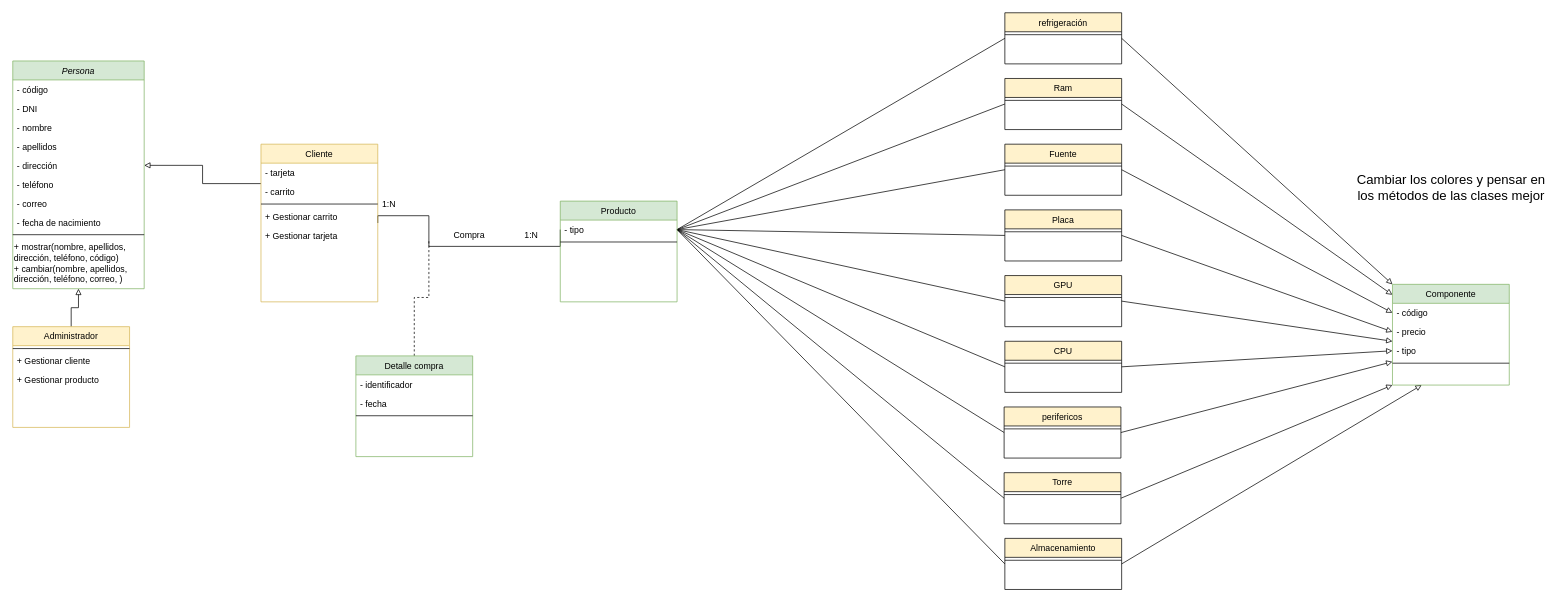
This is img/Diagrama sin título.drawio from Aeyoz/proyecto-ets, a draw.io file, before an edit. Source tidied: cells renumbered, new cells numbered last; positions are measured from the earlier drawing's top-left corner, leaving out a move shared by most shapes. Both pictures are drawn from the tidied source at 73%, with x=0, y=0 at pixel (12, 12).
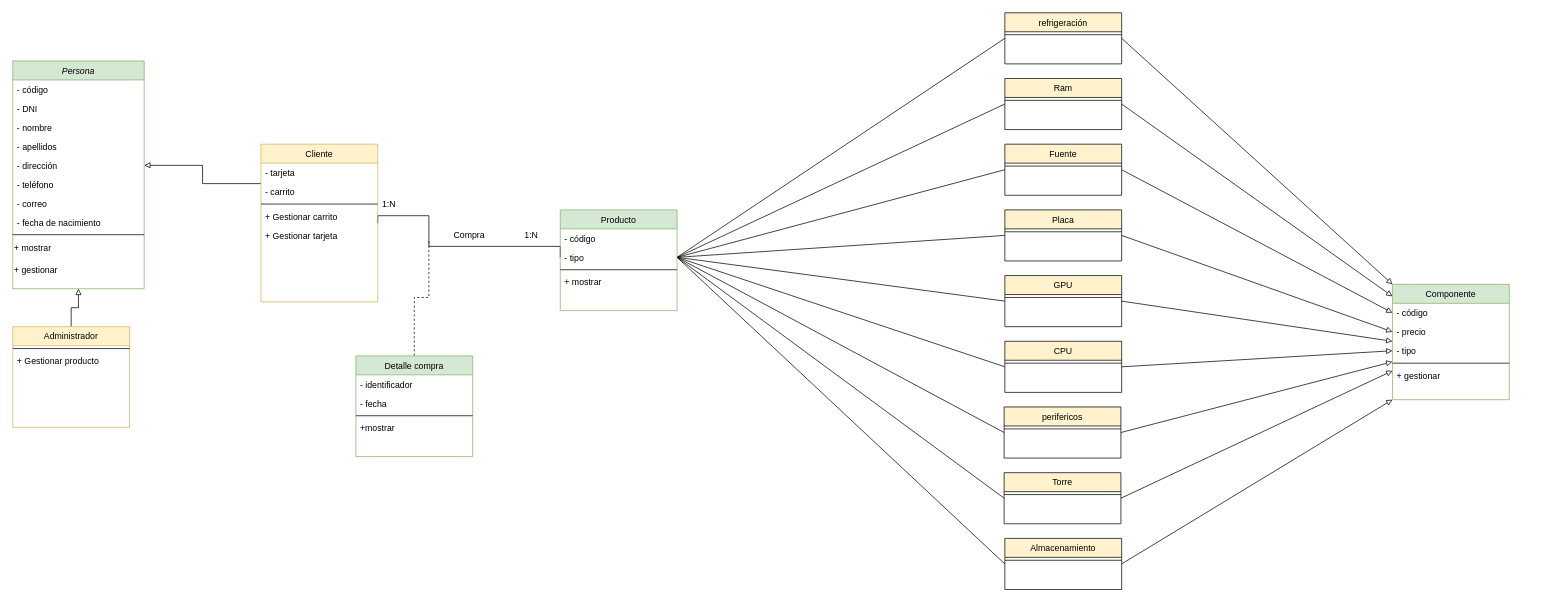
The same page after the edit.

Unchanged cells that the change refers to:
```xml
<mxCell id="2" value="Persona" style="swimlane;fontStyle=2;align=center;verticalAlign=top;horizontal=1;startSize=26;rounded=0;shadow=0;strokeWidth=1;fillColor=#d5e8d4;strokeColor=#82b366;" parent="1" vertex="1">
  <mxGeometry y="66" width="180" height="312" as="geometry" />
</mxCell>
<mxCell id="14" value="Administrador" style="swimlane;fontStyle=0;align=center;verticalAlign=top;horizontal=1;startSize=26;rounded=0;shadow=0;strokeWidth=1;fillColor=#fff2cc;strokeColor=#d6b656;" parent="1" vertex="1">
  <mxGeometry y="430" width="160" height="138" as="geometry" />
</mxCell>
<mxCell id="52" value="Almacenamiento" style="swimlane;fontStyle=0;align=center;verticalAlign=top;horizontal=1;startSize=26;rounded=0;shadow=0;strokeWidth=1;fillColor=#fff2cc;strokeColor=#000000;" parent="1" vertex="1">
  <mxGeometry x="1359" y="720" width="160" height="70" as="geometry" />
</mxCell>
<mxCell id="65" value="Torre" style="swimlane;fontStyle=0;align=center;verticalAlign=top;horizontal=1;startSize=26;rounded=0;shadow=0;strokeWidth=1;fillColor=#fff2cc;strokeColor=#000000;" parent="1" vertex="1">
  <mxGeometry x="1358" y="630" width="160" height="70" as="geometry" />
</mxCell>
<mxCell id="71" value="Detalle compra" style="swimlane;fontStyle=0;align=center;verticalAlign=top;horizontal=1;startSize=26;rounded=0;shadow=0;strokeWidth=1;fillColor=#d5e8d4;strokeColor=#82b366;" parent="1" vertex="1">
  <mxGeometry x="470" y="470" width="160" height="138" as="geometry" />
</mxCell>
```

What changed in the source:
```diff
@@
+    <mxCell id="79" value="+ mostrar" style="text;html=1;align=left;verticalAlign=middle;strokeColor=none;fillColor=none;" parent="2" vertex="1">
+      <mxGeometry y="242" width="180" height="30" as="geometry" />
+    </mxCell>
-    <mxCell id="12" value="+ mostrar(nombre, apellidos,&lt;br&gt;dirección, teléfono, código)&lt;br&gt;+ cambiar(nombre, apellidos, &lt;br&gt;dirección, teléfono, correo, )" style="text;html=1;align=left;verticalAlign=middle;strokeColor=none;fillColor=none;" parent="2" vertex="1">
-      <mxGeometry y="242" width="180" height="70" as="geometry" />
+    <mxCell id="12" value="+ gestionar" style="text;html=1;align=left;verticalAlign=middle;strokeColor=none;fillColor=none;" parent="2" vertex="1">
+      <mxGeometry y="272" width="180" height="30" as="geometry" />
     </mxCell>
@@
-    <mxCell id="16" value="+ Gestionar cliente" style="text;align=left;verticalAlign=top;spacingLeft=4;spacingRight=4;overflow=hidden;" parent="14" vertex="1">
-      <mxGeometry y="34" width="160" height="26" as="geometry" />
-    </mxCell>
     <mxCell id="17" value="+ Gestionar producto" style="text;align=left;verticalAlign=top;spacingLeft=4;spacingRight=4;overflow=hidden;" parent="14" vertex="1">
-      <mxGeometry y="60" width="160" height="26" as="geometry" />
+      <mxGeometry y="34" width="160" height="26" as="geometry" />
     </mxCell>
@@
-    <mxCell id="50" style="edgeStyle=none;rounded=0;jettySize=auto;html=1;exitX=1;exitY=0.5;exitDx=0;exitDy=0;entryX=0.25;entryY=1;entryDx=0;entryDy=0;endArrow=block;endFill=0;" parent="1" edge="1" source="52" target="54">
+    <mxCell id="50" style="edgeStyle=none;rounded=0;jettySize=auto;html=1;exitX=1;exitY=0.5;exitDx=0;exitDy=0;entryX=0;entryY=1;entryDx=0;entryDy=0;endArrow=block;endFill=0;" parent="1" edge="1" source="52" target="54">
       <mxGeometry relative="1" as="geometry" />
     </mxCell>
@@
     <mxCell id="54" value="Componente" style="swimlane;fontStyle=0;align=center;verticalAlign=top;horizontal=1;startSize=26;rounded=0;shadow=0;strokeWidth=1;fillColor=#d5e8d4;strokeColor=#82b366;" parent="1" vertex="1">
-      <mxGeometry x="1890" y="372" width="160" height="138" as="geometry" />
+      <mxGeometry x="1890" y="372" width="160" height="158" as="geometry" />
     </mxCell>
@@
+    <mxCell id="80" value="+ gestionar" style="text;align=left;verticalAlign=top;spacingLeft=4;spacingRight=4;overflow=hidden;" parent="54" vertex="1">
+      <mxGeometry y="112" width="160" height="26" as="geometry" />
+    </mxCell>
@@
-    <mxCell id="63" style="edgeStyle=none;rounded=0;jettySize=auto;html=1;exitX=1;exitY=0.5;exitDx=0;exitDy=0;entryX=0;entryY=1;entryDx=0;entryDy=0;endArrow=block;endFill=0;" parent="1" edge="1" source="65" target="54">
+    <mxCell id="63" style="edgeStyle=none;rounded=0;jettySize=auto;html=1;exitX=1;exitY=0.5;exitDx=0;exitDy=0;entryX=0;entryY=0.75;entryDx=0;entryDy=0;endArrow=block;endFill=0;" parent="1" edge="1" source="65" target="54">
       <mxGeometry relative="1" as="geometry" />
     </mxCell>
@@
+    <mxCell id="81" value="- identificador" style="text;align=left;verticalAlign=top;spacingLeft=4;spacingRight=4;overflow=hidden;" parent="71" vertex="1">
+      <mxGeometry y="26" width="160" height="26" as="geometry" />
+    </mxCell>
-    <mxCell id="72" value="- identificador" style="text;align=left;verticalAlign=top;spacingLeft=4;spacingRight=4;overflow=hidden;" parent="71" vertex="1">
-      <mxGeometry y="26" width="160" height="26" as="geometry" />
+    <mxCell id="72" value="- fecha" style="text;align=left;verticalAlign=top;spacingLeft=4;spacingRight=4;overflow=hidden;" parent="71" vertex="1">
+      <mxGeometry y="52" width="160" height="26" as="geometry" />
     </mxCell>
+    <mxCell id="74" style="line;html=1;strokeWidth=1;align=left;verticalAlign=middle;spacingTop=-1;spacingLeft=3;spacingRight=3;labelPosition=right;" parent="71" vertex="1">
+      <mxGeometry y="78" width="160" height="8" as="geometry" />
+    </mxCell>
+    <mxCell id="82" value="+mostrar" style="text;align=left;verticalAlign=top;spacingLeft=4;spacingRight=4;overflow=hidden;" parent="71" vertex="1">
+      <mxGeometry y="86" width="160" height="26" as="geometry" />
+    </mxCell>
+    <mxCell id="75" value="Producto" style="swimlane;fontStyle=0;align=center;verticalAlign=top;horizontal=1;startSize=26;rounded=0;shadow=0;strokeWidth=1;fillColor=#d5e8d4;strokeColor=#82b366;" parent="1" vertex="1">
+      <mxGeometry x="750" y="270" width="160" height="138" as="geometry" />
+    </mxCell>
-    <mxCell id="73" value="- fecha" style="text;align=left;verticalAlign=top;spacingLeft=4;spacingRight=4;overflow=hidden;" parent="71" vertex="1">
-      <mxGeometry y="52" width="160" height="26" as="geometry" />
+    <mxCell id="73" value="- código" style="text;align=left;verticalAlign=top;spacingLeft=4;spacingRight=4;overflow=hidden;" parent="75" vertex="1">
+      <mxGeometry y="26" width="160" height="26" as="geometry" />
     </mxCell>
-    <mxCell id="74" style="line;html=1;strokeWidth=1;align=left;verticalAlign=middle;spacingTop=-1;spacingLeft=3;spacingRight=3;labelPosition=right;" parent="71" vertex="1">
-      <mxGeometry y="78" width="160" height="8" as="geometry" />
-    </mxCell>
-    <mxCell id="75" value="Producto" style="swimlane;fontStyle=0;align=center;verticalAlign=top;horizontal=1;startSize=26;rounded=0;shadow=0;strokeWidth=1;fillColor=#d5e8d4;strokeColor=#82b366;" parent="1" vertex="1">
-      <mxGeometry x="750" y="258" width="160" height="138" as="geometry" />
-    </mxCell>
     <mxCell id="76" value="- tipo" style="text;align=left;verticalAlign=top;spacingLeft=4;spacingRight=4;overflow=hidden;points=[[0,0.5],[1,0.5]];portConstraint=eastwest;" parent="75" vertex="1">
-      <mxGeometry y="26" width="160" height="26" as="geometry" />
+      <mxGeometry y="52" width="160" height="26" as="geometry" />
     </mxCell>
     <mxCell id="77" style="line;html=1;strokeWidth=1;align=left;verticalAlign=middle;spacingTop=-1;spacingLeft=3;spacingRight=3;labelPosition=right;" parent="75" vertex="1">
-      <mxGeometry y="52" width="160" height="8" as="geometry" />
+      <mxGeometry y="78" width="160" height="8" as="geometry" />
     </mxCell>
-    <mxCell id="78" value="Cambiar los colores y pensar en &lt;br style=&quot;font-size: 18px;&quot;&gt;los métodos de las clases mejor" style="text;html=1;align=center;verticalAlign=middle;strokeColor=none;fillColor=none;fontSize=18;" parent="1" vertex="1">
-      <mxGeometry x="1830" y="210" width="280" height="60" as="geometry" />
-    </mxCell>
+    <mxCell id="83" value="+ mostrar" style="text;align=left;verticalAlign=top;spacingLeft=4;spacingRight=4;overflow=hidden;" parent="75" vertex="1">
+      <mxGeometry y="86" width="160" height="26" as="geometry" />
+    </mxCell>
```
